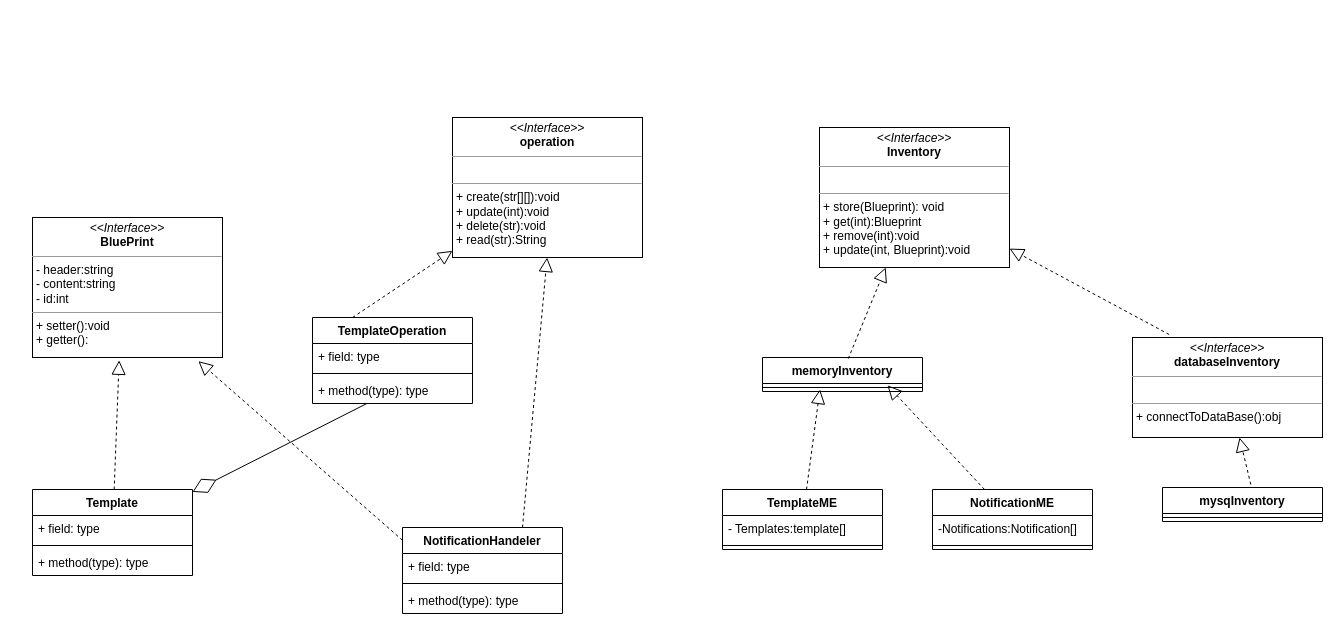
Before: diagrams/classDiagram_V5.drawio in Abdelrhman-ammar/NotificationSystem, a draw.io diagram. Source tidied: cells renumbered, new cells numbered last; positions are measured from the earlier drawing's top-left corner, leaving out a move shared by most shapes. Both pictures are drawn from the tidied source at 100%, with x=0, y=0 at pixel (32, 117).
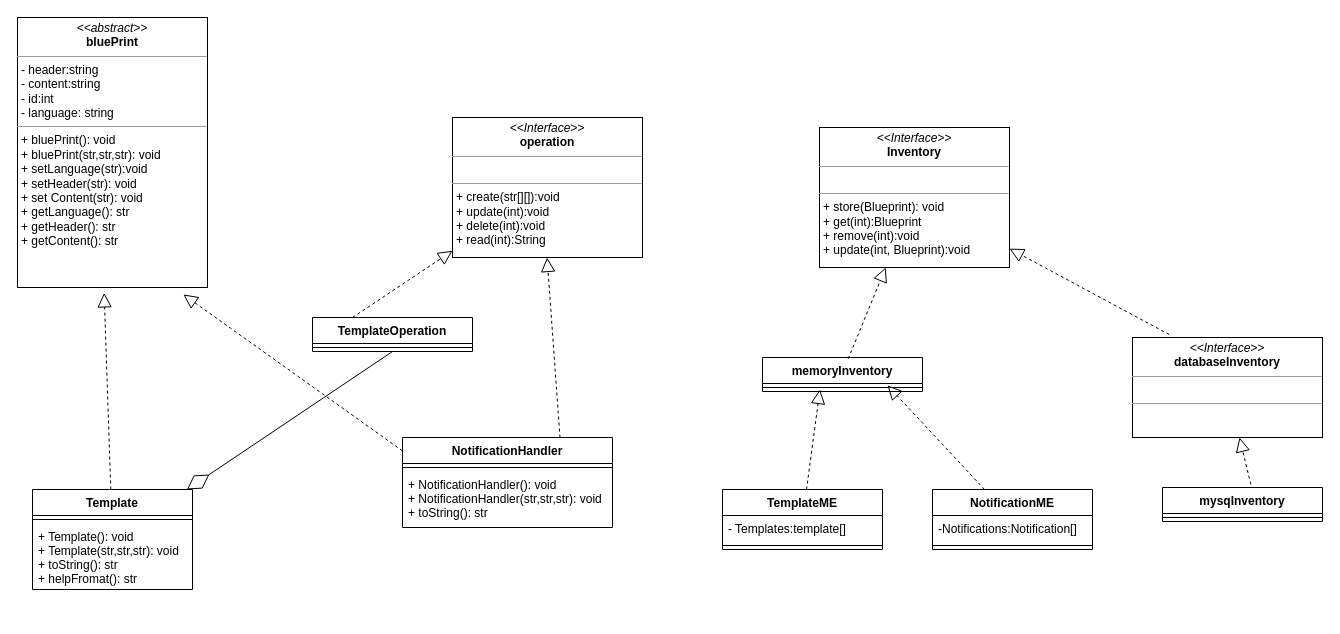
The same page after the edit.

Change to the diagram source:
```diff
@@
-    <mxCell id="5" value="&lt;p style=&quot;margin: 0px ; margin-top: 4px ; text-align: center&quot;&gt;&lt;i&gt;&amp;lt;&amp;lt;Interface&amp;gt;&amp;gt;&lt;/i&gt;&lt;br&gt;&lt;span style=&quot;font-weight: 700&quot;&gt;databaseInventory&lt;/span&gt;&lt;br&gt;&lt;/p&gt;&lt;hr size=&quot;1&quot;&gt;&lt;p style=&quot;margin: 0px ; margin-left: 4px&quot;&gt;&lt;br&gt;&lt;/p&gt;&lt;hr size=&quot;1&quot;&gt;&lt;p style=&quot;margin: 0px ; margin-left: 4px&quot;&gt;+ connectToDataBase():obj&lt;br&gt;&lt;/p&gt;" style="verticalAlign=top;align=left;overflow=fill;fontSize=12;fontFamily=Helvetica;html=1;" parent="1" vertex="1">
+    <mxCell id="5" value="&lt;p style=&quot;margin: 0px ; margin-top: 4px ; text-align: center&quot;&gt;&lt;i&gt;&amp;lt;&amp;lt;Interface&amp;gt;&amp;gt;&lt;/i&gt;&lt;br&gt;&lt;span style=&quot;font-weight: 700&quot;&gt;databaseInventory&lt;/span&gt;&lt;br&gt;&lt;/p&gt;&lt;hr size=&quot;1&quot;&gt;&lt;p style=&quot;margin: 0px ; margin-left: 4px&quot;&gt;&lt;br&gt;&lt;/p&gt;&lt;hr size=&quot;1&quot;&gt;&lt;p style=&quot;margin: 0px ; margin-left: 4px&quot;&gt;&lt;br&gt;&lt;/p&gt;" style="verticalAlign=top;align=left;overflow=fill;fontSize=12;fontFamily=Helvetica;html=1;" parent="1" vertex="1">
       <mxGeometry x="1100" y="220" width="190" height="100" as="geometry" />
     </mxCell>
@@
-    <mxCell id="14" value="&lt;p style=&quot;margin: 0px ; margin-top: 4px ; text-align: center&quot;&gt;&lt;i&gt;&amp;lt;&amp;lt;Interface&amp;gt;&amp;gt;&lt;/i&gt;&lt;br&gt;&lt;b&gt;operation&lt;/b&gt;&lt;/p&gt;&lt;hr size=&quot;1&quot;&gt;&lt;p style=&quot;margin: 0px ; margin-left: 4px&quot;&gt;&lt;br&gt;&lt;/p&gt;&lt;hr size=&quot;1&quot;&gt;&lt;p style=&quot;margin: 0px ; margin-left: 4px&quot;&gt;+ create(str[][]):void&lt;br style=&quot;padding: 0px ; margin: 0px&quot;&gt;+ update(int):void&lt;br style=&quot;padding: 0px ; margin: 0px&quot;&gt;+ delete(str):void&lt;br style=&quot;padding: 0px ; margin: 0px&quot;&gt;+ read(str):String&lt;/p&gt;&lt;div style=&quot;padding: 0px ; margin: 0px&quot;&gt;&lt;br style=&quot;padding: 0px ; margin: 0px&quot;&gt;&lt;/div&gt;" style="verticalAlign=top;align=left;overflow=fill;fontSize=12;fontFamily=Helvetica;html=1;" parent="1" vertex="1">
+    <mxCell id="14" value="&lt;p style=&quot;margin: 0px ; margin-top: 4px ; text-align: center&quot;&gt;&lt;i&gt;&amp;lt;&amp;lt;Interface&amp;gt;&amp;gt;&lt;/i&gt;&lt;br&gt;&lt;b&gt;operation&lt;/b&gt;&lt;/p&gt;&lt;hr size=&quot;1&quot;&gt;&lt;p style=&quot;margin: 0px ; margin-left: 4px&quot;&gt;&lt;br&gt;&lt;/p&gt;&lt;hr size=&quot;1&quot;&gt;&lt;p style=&quot;margin: 0px ; margin-left: 4px&quot;&gt;+ create(str[][]):void&lt;br style=&quot;padding: 0px ; margin: 0px&quot;&gt;+ update(int):void&lt;br style=&quot;padding: 0px ; margin: 0px&quot;&gt;+ delete(int):void&lt;br style=&quot;padding: 0px ; margin: 0px&quot;&gt;+ read(int):String&lt;/p&gt;&lt;div style=&quot;padding: 0px ; margin: 0px&quot;&gt;&lt;br style=&quot;padding: 0px ; margin: 0px&quot;&gt;&lt;/div&gt;" style="verticalAlign=top;align=left;overflow=fill;fontSize=12;fontFamily=Helvetica;html=1;" parent="1" vertex="1">
       <mxGeometry x="420" width="190" height="140" as="geometry" />
     </mxCell>
-    <mxCell id="15" value="&lt;p style=&quot;margin: 0px ; margin-top: 4px ; text-align: center&quot;&gt;&lt;i&gt;&amp;lt;&amp;lt;Interface&amp;gt;&amp;gt;&lt;/i&gt;&lt;br&gt;&lt;b&gt;BluePrint&lt;/b&gt;&lt;/p&gt;&lt;hr size=&quot;1&quot;&gt;&lt;p style=&quot;margin: 0px ; margin-left: 4px&quot;&gt;- header:string&lt;br&gt;- content:string&amp;nbsp;&lt;/p&gt;&lt;p style=&quot;margin: 0px ; margin-left: 4px&quot;&gt;- id:int&lt;/p&gt;&lt;hr size=&quot;1&quot;&gt;&lt;p style=&quot;margin: 0px ; margin-left: 4px&quot;&gt;+ setter():void&lt;/p&gt;&lt;p style=&quot;margin: 0px ; margin-left: 4px&quot;&gt;+ getter():&lt;/p&gt;" style="verticalAlign=top;align=left;overflow=fill;fontSize=12;fontFamily=Helvetica;html=1;" parent="1" vertex="1">
-      <mxGeometry y="100" width="190" height="140" as="geometry" />
+    <mxCell id="15" value="&lt;p style=&quot;margin: 0px ; margin-top: 4px ; text-align: center&quot;&gt;&lt;i&gt;&amp;lt;&amp;lt;abstract&amp;gt;&amp;gt;&lt;/i&gt;&lt;br&gt;&lt;b&gt;bluePrint&lt;/b&gt;&lt;/p&gt;&lt;hr size=&quot;1&quot;&gt;&lt;p style=&quot;margin: 0px ; margin-left: 4px&quot;&gt;- header:string&lt;br&gt;- content:string&amp;nbsp;&lt;/p&gt;&lt;p style=&quot;margin: 0px ; margin-left: 4px&quot;&gt;- id:int&lt;/p&gt;&lt;p style=&quot;margin: 0px ; margin-left: 4px&quot;&gt;- language: string&lt;/p&gt;&lt;hr size=&quot;1&quot;&gt;&lt;p style=&quot;margin: 0px ; margin-left: 4px&quot;&gt;+ bluePrint(): void&lt;/p&gt;&lt;p style=&quot;margin: 0px ; margin-left: 4px&quot;&gt;+ bluePrint(str,str,str): void&lt;/p&gt;&lt;p style=&quot;margin: 0px ; margin-left: 4px&quot;&gt;+ setLanguage(str):void&lt;/p&gt;&lt;p style=&quot;margin: 0px ; margin-left: 4px&quot;&gt;+ setHeader(str): void&lt;/p&gt;&lt;p style=&quot;margin: 0px ; margin-left: 4px&quot;&gt;+ set Content(str): void&lt;/p&gt;&lt;p style=&quot;margin: 0px ; margin-left: 4px&quot;&gt;+ getLanguage(): str&lt;/p&gt;&lt;p style=&quot;margin: 0px ; margin-left: 4px&quot;&gt;+ getHeader(): str&lt;br&gt;&lt;/p&gt;&lt;p style=&quot;margin: 0px ; margin-left: 4px&quot;&gt;+ getContent(): str&lt;br&gt;&lt;/p&gt;" style="verticalAlign=top;align=left;overflow=fill;fontSize=12;fontFamily=Helvetica;html=1;" parent="1" vertex="1">
+      <mxGeometry x="-15" y="-100" width="190" height="270" as="geometry" />
     </mxCell>
     <mxCell id="16" value="Template" style="swimlane;fontStyle=1;align=center;verticalAlign=top;horizontal=1;startSize=26;" parent="1" vertex="1">
-      <mxGeometry y="372" width="160" height="86" as="geometry" />
+      <mxGeometry y="372" width="160" height="100" as="geometry" />
     </mxCell>
-    <mxCell id="17" value="+ field: type" style="text;strokeColor=none;fillColor=none;align=left;verticalAlign=top;spacingLeft=4;spacingRight=4;overflow=hidden;" parent="16" vertex="1">
-      <mxGeometry y="26" width="160" height="26" as="geometry" />
-    </mxCell>
     <mxCell id="18" style="line;strokeWidth=1;fillColor=none;align=left;verticalAlign=middle;spacingTop=-1;spacingLeft=3;spacingRight=3;labelPosition=right;" parent="16" vertex="1">
-      <mxGeometry y="52" width="160" height="8" as="geometry" />
+      <mxGeometry y="26" width="160" height="8" as="geometry" />
     </mxCell>
-    <mxCell id="19" value="+ method(type): type" style="text;strokeColor=none;fillColor=none;align=left;verticalAlign=top;spacingLeft=4;spacingRight=4;overflow=hidden;" parent="16" vertex="1">
-      <mxGeometry y="60" width="160" height="26" as="geometry" />
+    <mxCell id="19" value="+ Template(): void&#10;+ Template(str,str,str): void&#10;+ toString(): str&#10;+ helpFromat(): str" style="text;strokeColor=none;fillColor=none;align=left;verticalAlign=top;spacingLeft=4;spacingRight=4;overflow=hidden;" parent="16" vertex="1">
+      <mxGeometry y="34" width="160" height="66" as="geometry" />
     </mxCell>
     <mxCell id="20" value="TemplateOperation" style="swimlane;fontStyle=1;align=center;verticalAlign=top;horizontal=1;startSize=26;" parent="1" vertex="1">
-      <mxGeometry x="280" y="200" width="160" height="86" as="geometry" />
+      <mxGeometry x="280" y="200" width="160" height="34" as="geometry" />
     </mxCell>
-    <mxCell id="21" value="+ field: type" style="text;strokeColor=none;fillColor=none;align=left;verticalAlign=top;spacingLeft=4;spacingRight=4;overflow=hidden;" parent="20" vertex="1">
-      <mxGeometry y="26" width="160" height="26" as="geometry" />
-    </mxCell>
     <mxCell id="22" style="line;strokeWidth=1;fillColor=none;align=left;verticalAlign=middle;spacingTop=-1;spacingLeft=3;spacingRight=3;labelPosition=right;" parent="20" vertex="1">
-      <mxGeometry y="52" width="160" height="8" as="geometry" />
+      <mxGeometry y="26" width="160" height="8" as="geometry" />
     </mxCell>
-    <mxCell id="23" value="+ method(type): type" style="text;strokeColor=none;fillColor=none;align=left;verticalAlign=top;spacingLeft=4;spacingRight=4;overflow=hidden;points=[[0,0.5],[1,0.5]];portConstraint=eastwest;" parent="20" vertex="1">
-      <mxGeometry y="60" width="160" height="26" as="geometry" />
-    </mxCell>
-    <mxCell id="24" value="NotificationHandeler" style="swimlane;fontStyle=1;align=center;verticalAlign=top;horizontal=1;startSize=26;" parent="1" vertex="1">
-      <mxGeometry x="370" y="410" width="160" height="86" as="geometry" />
+    <mxCell id="24" value="NotificationHandler" style="swimlane;fontStyle=1;align=center;verticalAlign=top;horizontal=1;startSize=26;" parent="1" vertex="1">
+      <mxGeometry x="370" y="320" width="210" height="90" as="geometry" />
     </mxCell>
-    <mxCell id="25" value="+ field: type" style="text;strokeColor=none;fillColor=none;align=left;verticalAlign=top;spacingLeft=4;spacingRight=4;overflow=hidden;" parent="24" vertex="1">
-      <mxGeometry y="26" width="160" height="26" as="geometry" />
-    </mxCell>
     <mxCell id="26" style="line;strokeWidth=1;fillColor=none;align=left;verticalAlign=middle;spacingTop=-1;spacingLeft=3;spacingRight=3;labelPosition=right;" parent="24" vertex="1">
-      <mxGeometry y="52" width="160" height="8" as="geometry" />
+      <mxGeometry y="26" width="210" height="8" as="geometry" />
     </mxCell>
-    <mxCell id="27" value="+ method(type): type" style="text;strokeColor=none;fillColor=none;align=left;verticalAlign=top;spacingLeft=4;spacingRight=4;overflow=hidden;" parent="24" vertex="1">
-      <mxGeometry y="60" width="160" height="26" as="geometry" />
+    <mxCell id="27" value="+ NotificationHandler(): void&#10;+ NotificationHandler(str,str,str): void&#10;+ toString(): str" style="text;strokeColor=none;fillColor=none;align=left;verticalAlign=top;spacingLeft=4;spacingRight=4;overflow=hidden;" parent="24" vertex="1">
+      <mxGeometry y="34" width="210" height="56" as="geometry" />
     </mxCell>
@@
-    <mxCell id="37" style="endArrow=diamondThin;endFill=0;endSize=24;html=1;" parent="1" edge="1" source="23" target="16">
+    <mxCell id="37" style="endArrow=diamondThin;endFill=0;endSize=24;html=1;exitX=0.5;exitY=1;exitDx=0;exitDy=0;" parent="1" edge="1" source="20" target="16">
       <mxGeometry relative="1" as="geometry" />
     </mxCell>
```
